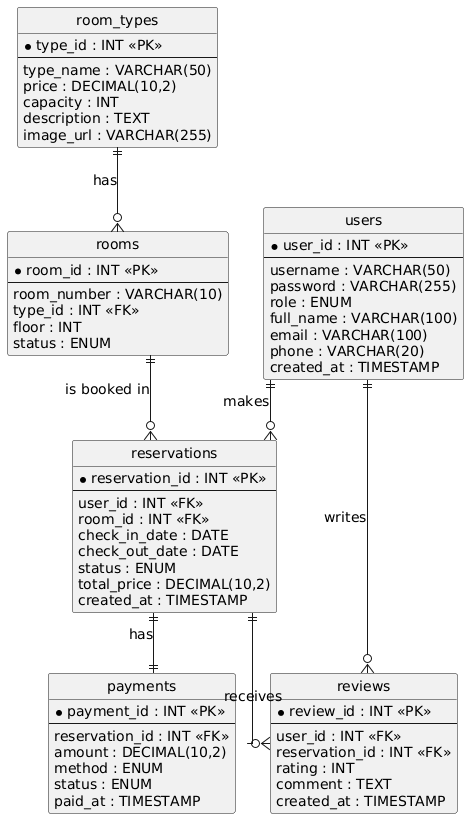
aammiepnl/hotel-reservation-system keeps this PlantUML diagram as E-R Diagram of the Hotel Reservation Management System.png. Above is the earlier version. Source of this version:
```plantuml
@startuml
skinparam defaultFontName "Times New Roman"
skinparam defaultFontSize 14
hide circle
skinparam linetype ortho

entity "users" as users {
  *user_id : INT <<PK>>
  --
  username : VARCHAR(50)
  password : VARCHAR(255)
  role : ENUM
  full_name : VARCHAR(100)
  email : VARCHAR(100)
  phone : VARCHAR(20)
  created_at : TIMESTAMP
}

entity "room_types" as room_types {
  *type_id : INT <<PK>>
  --
  type_name : VARCHAR(50)
  price : DECIMAL(10,2)
  capacity : INT
  description : TEXT
  image_url : VARCHAR(255)
}

entity "rooms" as rooms {
  *room_id : INT <<PK>>
  --
  room_number : VARCHAR(10)
  type_id : INT <<FK>>
  floor : INT
  status : ENUM
}

entity "reservations" as reservations {
  *reservation_id : INT <<PK>>
  --
  user_id : INT <<FK>>
  room_id : INT <<FK>>
  check_in_date : DATE
  check_out_date : DATE
  status : ENUM
  total_price : DECIMAL(10,2)
  created_at : TIMESTAMP
}

entity "payments" as payments {
  *payment_id : INT <<PK>>
  --
  reservation_id : INT <<FK>>
  amount : DECIMAL(10,2)
  method : ENUM
  status : ENUM
  paid_at : TIMESTAMP
}

entity "reviews" as reviews {
  *review_id : INT <<PK>>
  --
  user_id : INT <<FK>>
  reservation_id : INT <<FK>>
  rating : INT
  comment : TEXT
  created_at : TIMESTAMP
}

users ||--o{ reservations : "makes"
room_types ||--o{ rooms : "has"
rooms ||--o{ reservations : "is booked in"
reservations ||--|| payments : "has"
users ||--o{ reviews : "writes"
reservations ||--o{ reviews : "receives"
@enduml
```
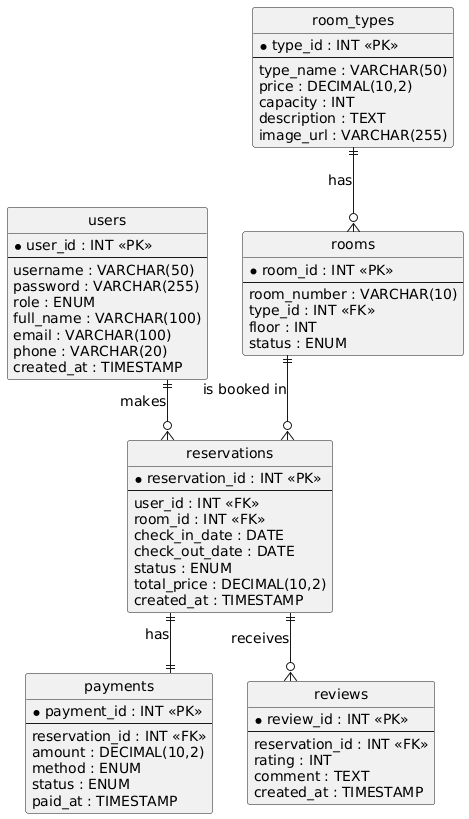
The same diagram one commit later.

What changed in the source:
```diff
@@ -60,7 +60,6 @@
 entity "reviews" as reviews {
   *review_id : INT <<PK>>
   --
-  user_id : INT <<FK>>
   reservation_id : INT <<FK>>
   rating : INT
   comment : TEXT
@@ -71,6 +70,5 @@
 room_types ||--o{ rooms : "has"
 rooms ||--o{ reservations : "is booked in"
 reservations ||--|| payments : "has"
-users ||--o{ reviews : "writes"
 reservations ||--o{ reviews : "receives"
 @enduml
```
